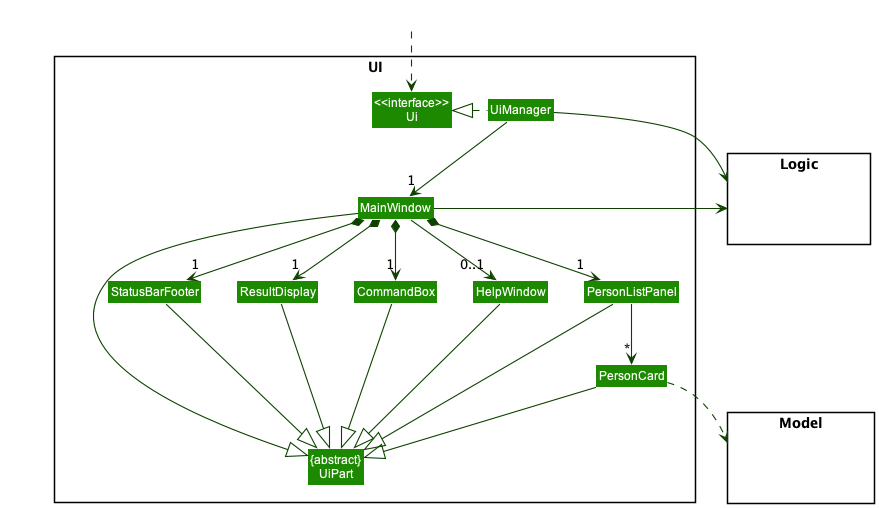
nus-cs2103-AY2223S1/tp keeps this PlantUML diagram as docs/images/UiClassDiagram.png. Above is the earlier version.
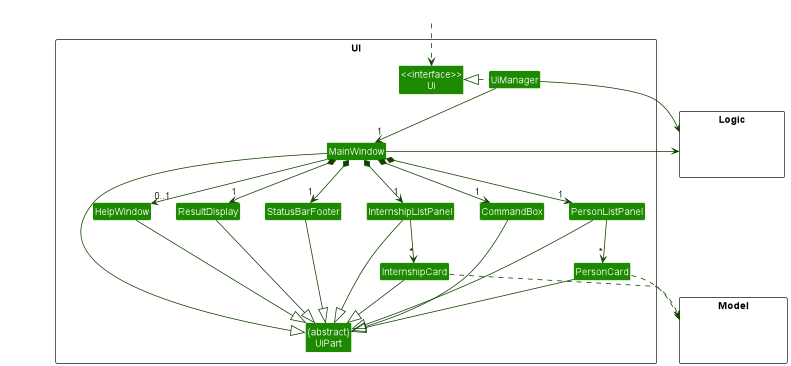
Later version of the same file.

Commit message:
Update UI class diagram

The edit, as a diff of the source:
```diff
@@ -15,6 +15,8 @@
 Class PersonCard
 Class StatusBarFooter
 Class CommandBox
+Class InternshipListPanel
+Class InternshipCard
 }
 
 package Model <<Rectangle>> {
@@ -33,10 +35,12 @@
 MainWindow *-down->  "1" CommandBox
 MainWindow *-down-> "1" ResultDisplay
 MainWindow *-down-> "1" PersonListPanel
+MainWindow *-down-> "1" InternshipListPanel
 MainWindow *-down-> "1" StatusBarFooter
 MainWindow --> "0..1" HelpWindow
 
 PersonListPanel -down-> "*" PersonCard
+InternshipListPanel -down-> "*" InternshipCard
 
 MainWindow -left-|> UiPart
 
@@ -46,15 +50,22 @@
 PersonCard --|> UiPart
 StatusBarFooter --|> UiPart
 HelpWindow --|> UiPart
+InternshipListPanel --|> UiPart
+InternshipCard --|> UiPart
 
 PersonCard ..> Model
 UiManager -right-> Logic
 MainWindow -left-> Logic
+InternshipCard ..> Model
 
-PersonListPanel -[hidden]left- HelpWindow
 HelpWindow -[hidden]left- CommandBox
 CommandBox -[hidden]left- ResultDisplay
 ResultDisplay -[hidden]left- StatusBarFooter
+StatusBarFooter -[hidden]left- InternshipListPanel
+InternshipListPanel -[hidden]left- PersonListPanel
+
+PersonCard -[hidden]left- InternshipCard
+
 
 MainWindow -[hidden]-|> UiPart
 @enduml
```
